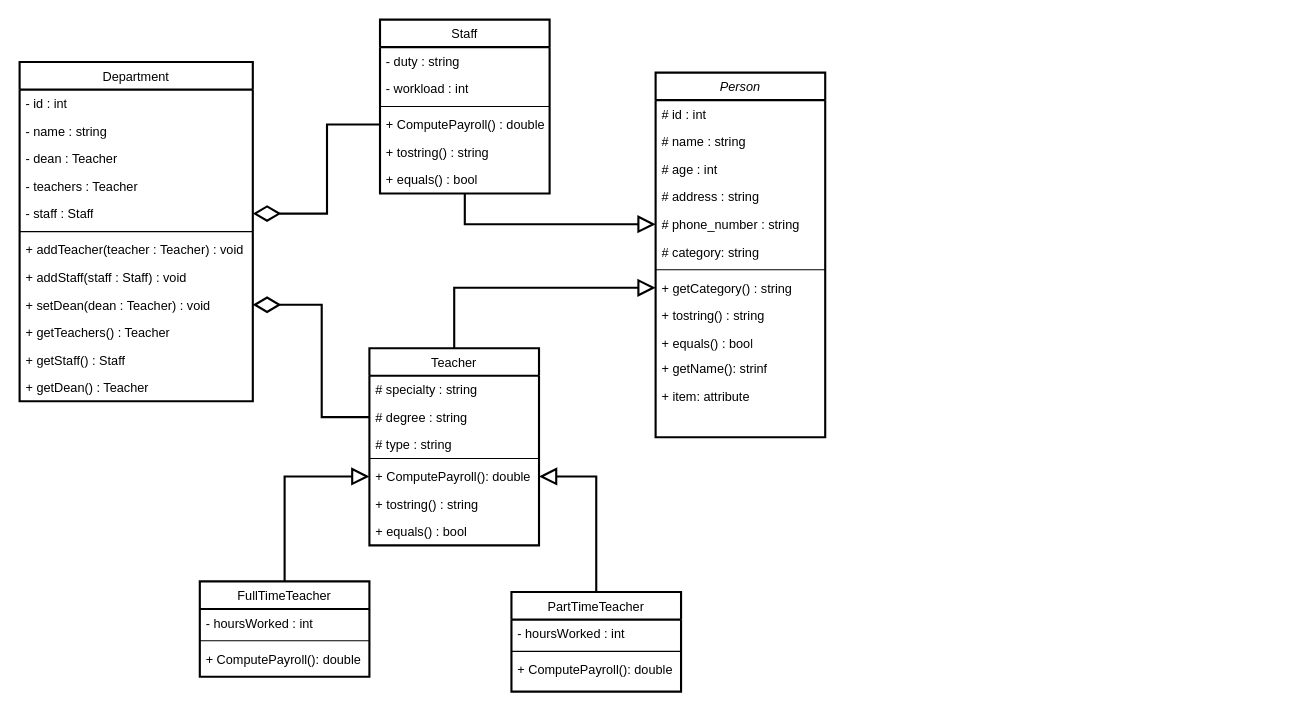
Earlier version of the draw.io diagram UML Diagram.drawio (WilliamAbrokwah/GitHub-Test). Source tidied: cells renumbered, new cells numbered last; positions are measured from the earlier drawing's top-left corner, leaving out a move shared by most shapes. Both pictures are drawn from the tidied source at 106%, with x=0, y=0 at pixel (19, 19).
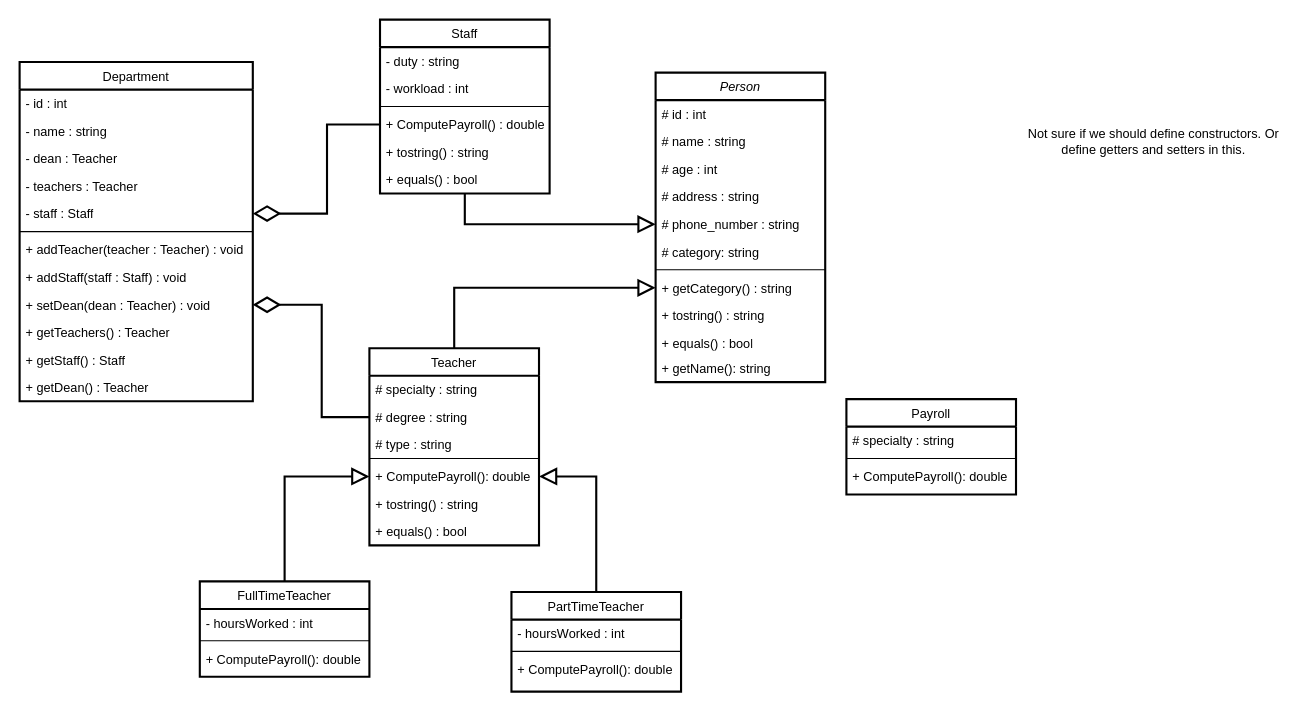
The same page after the edit.

The edit, as a diff of the source:
```diff
@@
     <mxCell id="2" value="Person" style="swimlane;fontStyle=2;align=center;verticalAlign=top;horizontal=1;startSize=26;rounded=0;shadow=0;strokeWidth=2;" parent="1" vertex="1">
-      <mxGeometry x="600" y="50" width="160" height="344" as="geometry" />
+      <mxGeometry x="600" y="50" width="160" height="292" as="geometry" />
     </mxCell>
@@
-    <mxCell id="13" value="+ getName(): strinf" style="text;strokeColor=none;fillColor=none;align=left;verticalAlign=top;spacingLeft=4;spacingRight=4;overflow=hidden;whiteSpace=wrap;html=1;" parent="2" vertex="1">
+    <mxCell id="13" value="+ getName(): string" style="text;strokeColor=none;fillColor=none;align=left;verticalAlign=top;spacingLeft=4;spacingRight=4;overflow=hidden;whiteSpace=wrap;html=1;" parent="2" vertex="1">
       <mxGeometry y="266" width="160" height="26" as="geometry" />
     </mxCell>
-    <mxCell id="14" value="+ item: attribute" style="text;strokeColor=none;fillColor=none;align=left;verticalAlign=top;spacingLeft=4;spacingRight=4;overflow=hidden;whiteSpace=wrap;html=1;" parent="2" vertex="1">
-      <mxGeometry y="292" width="160" height="26" as="geometry" />
-    </mxCell>
@@
+    <mxCell id="57" value="Not sure if we should define constructors. Or define getters and setters in this." style="text;html=1;align=center;verticalAlign=middle;whiteSpace=wrap;rounded=0;" parent="1" vertex="1">
+      <mxGeometry x="950" y="100" width="240" height="30" as="geometry" />
+    </mxCell>
+    <mxCell id="58" value="Payroll" style="swimlane;fontStyle=0;align=center;verticalAlign=top;horizontal=1;startSize=26;rounded=0;shadow=0;strokeWidth=2;" parent="1" vertex="1">
+      <mxGeometry x="780" y="358" width="160" height="90" as="geometry" />
+    </mxCell>
+    <mxCell id="59" value="# specialty : string" style="text;align=left;verticalAlign=top;spacingLeft=4;spacingRight=4;overflow=hidden;" parent="58" vertex="1">
+      <mxGeometry y="26" width="160" height="26" as="geometry" />
+    </mxCell>
+    <mxCell id="60" style="line;html=1;strokeWidth=1;align=left;verticalAlign=middle;spacingTop=-1;spacingLeft=3;spacingRight=3;labelPosition=right;" parent="58" vertex="1">
+      <mxGeometry y="52" width="160" height="8" as="geometry" />
+    </mxCell>
+    <mxCell id="61" value="+ ComputePayroll(): double" style="text;align=left;verticalAlign=top;spacingLeft=4;spacingRight=4;overflow=hidden;" parent="58" vertex="1">
+      <mxGeometry y="60" width="160" height="26" as="geometry" />
+    </mxCell>
```
